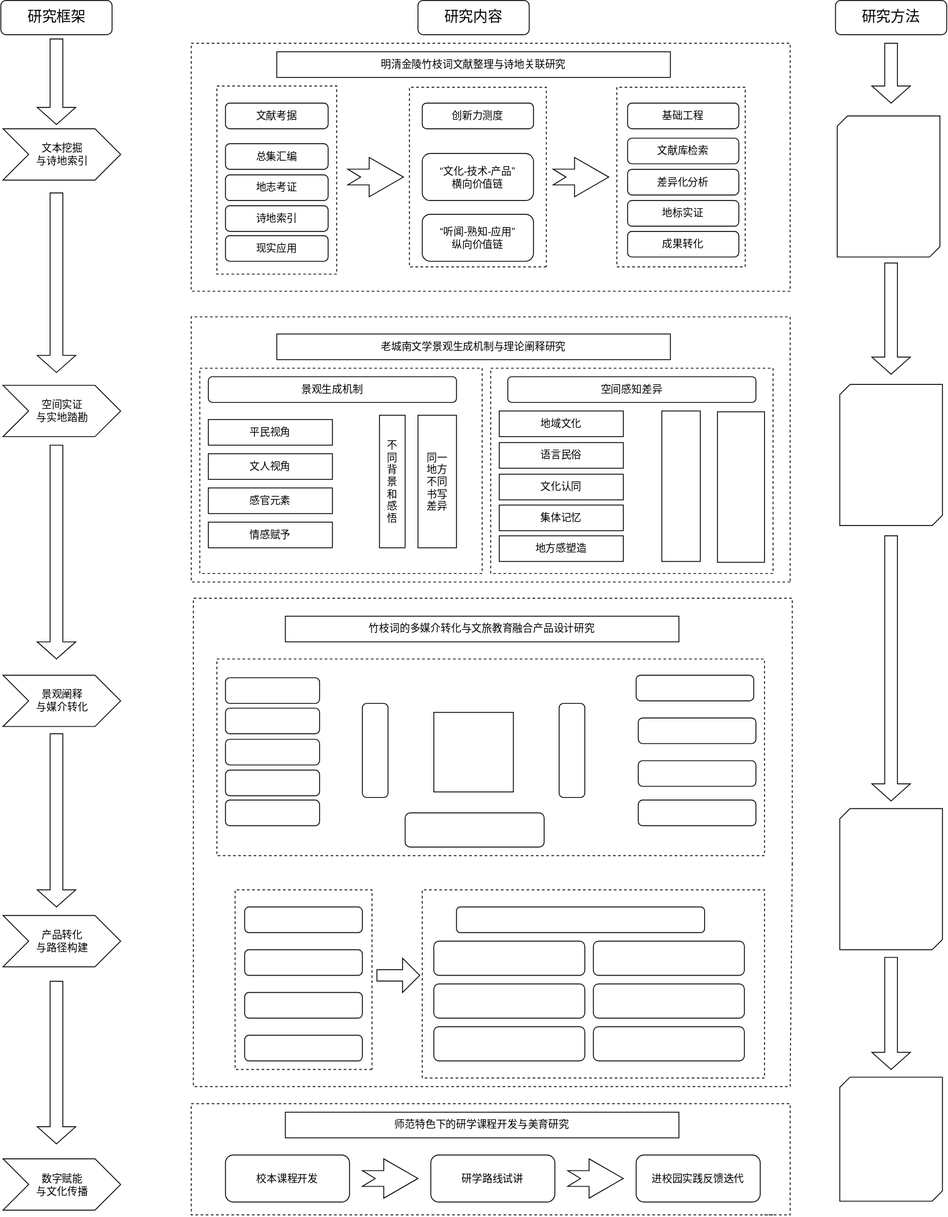
This is 1.drawio.svg from shuxilin06/ToMyLife2.0, a draw.io export, as it was before one commit. Source tidied: cells renumbered, new cells last; positions are measured from the earlier drawing's top-left corner, leaving out a move shared by most shapes.
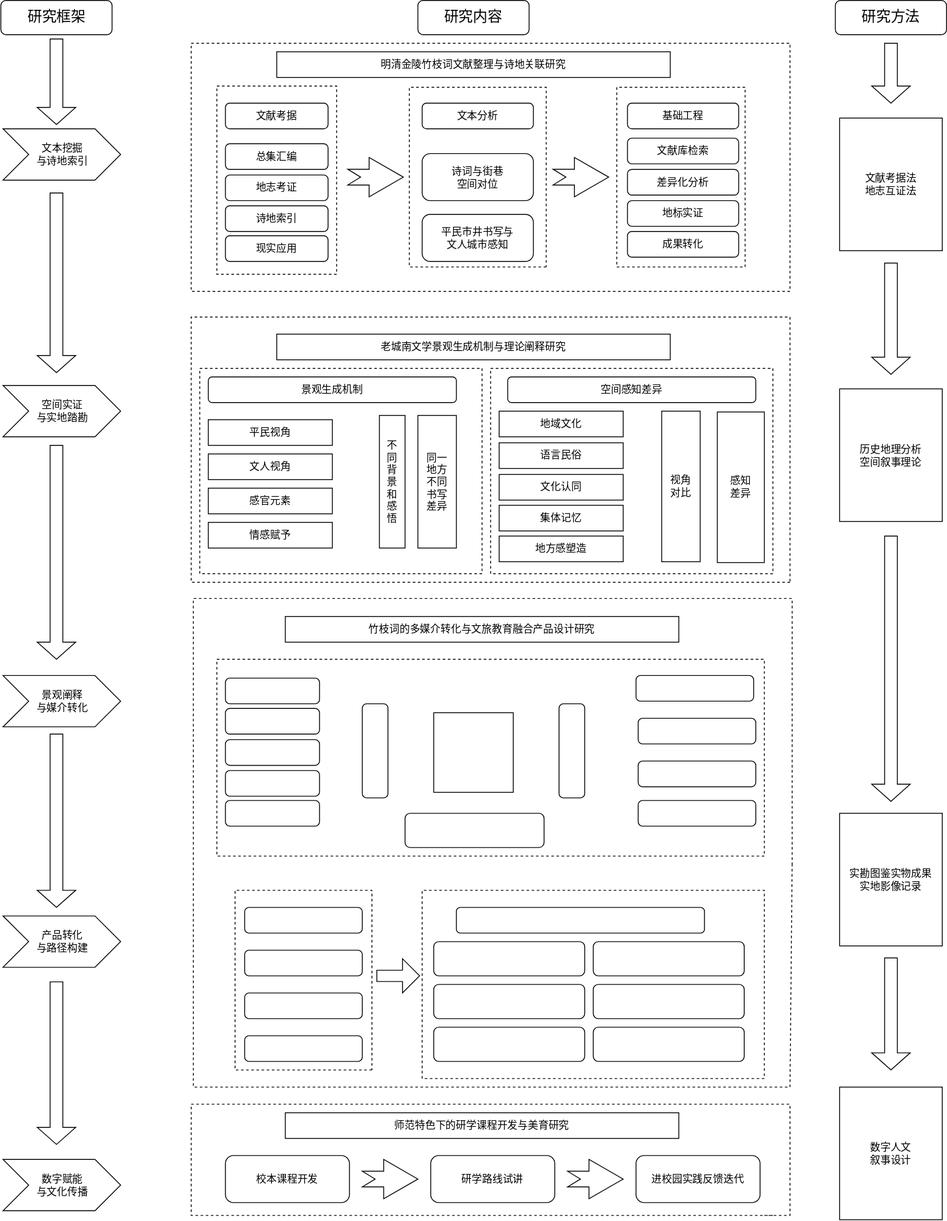
Later version of the same file.

The edit, as a diff of the source:
```diff
@@ -29,10 +29,10 @@
     <mxCell id="9" value="地志考证" style="rounded=1;whiteSpace=wrap;html=1;roundedPerimeter=1;arcSize=17;direction=west;" parent="1" vertex="1">
       <mxGeometry x="262" y="204" width="120" height="30" as="geometry" />
     </mxCell>
-    <mxCell id="10" value="创新力测度" style="rounded=1;whiteSpace=wrap;html=1;roundedPerimeter=1;arcSize=17;direction=west;" parent="1" vertex="1">
+    <mxCell id="10" value="文本分析" style="rounded=1;whiteSpace=wrap;html=1;roundedPerimeter=1;arcSize=17;direction=west;" parent="1" vertex="1">
       <mxGeometry x="492" y="120" width="130" height="30" as="geometry" />
     </mxCell>
-    <mxCell id="11" value="“文化-技术-产品”&lt;div&gt;横向价值链&lt;/div&gt;" style="rounded=1;whiteSpace=wrap;html=1;roundedPerimeter=1;arcSize=17;direction=west;" parent="1" vertex="1">
+    <mxCell id="11" value="诗词与街巷&lt;div&gt;空间对位&lt;/div&gt;" style="rounded=1;whiteSpace=wrap;html=1;roundedPerimeter=1;arcSize=17;direction=west;" parent="1" vertex="1">
       <mxGeometry x="492" y="179" width="130" height="55" as="geometry" />
     </mxCell>
     <mxCell id="12" value="基础工程" style="rounded=1;whiteSpace=wrap;html=1;roundedPerimeter=1;arcSize=17;direction=west;" parent="1" vertex="1">
@@ -47,7 +47,7 @@
     <mxCell id="15" value="成果转化" style="rounded=1;whiteSpace=wrap;html=1;roundedPerimeter=1;arcSize=17;direction=west;" parent="1" vertex="1">
       <mxGeometry x="732" y="270" width="130" height="30" as="geometry" />
     </mxCell>
-    <mxCell id="16" value="“听闻-熟知-应用”&lt;div&gt;纵向价值链&lt;/div&gt;" style="rounded=1;whiteSpace=wrap;html=1;roundedPerimeter=1;arcSize=17;direction=west;" parent="1" vertex="1">
+    <mxCell id="16" value="平民市井书写与&lt;div&gt;文人城市感知&lt;/div&gt;" style="rounded=1;whiteSpace=wrap;html=1;roundedPerimeter=1;arcSize=17;direction=west;" parent="1" vertex="1">
       <mxGeometry x="492" y="250" width="130" height="55" as="geometry" />
     </mxCell>
     <mxCell id="17" value="诗地索引" style="rounded=1;whiteSpace=wrap;html=1;roundedPerimeter=1;arcSize=17;direction=west;" parent="1" vertex="1">
@@ -98,10 +98,10 @@
     <mxCell id="32" value="地方感塑造" style="rounded=0;whiteSpace=wrap;html=1;" parent="1" vertex="1">
       <mxGeometry x="582" y="626" width="145" height="30" as="geometry" />
     </mxCell>
-    <mxCell id="33" style="rounded=0;whiteSpace=wrap;html=1;direction=south;" parent="1" vertex="1">
+    <mxCell id="33" value="视角&lt;div&gt;对比&lt;/div&gt;" style="rounded=0;whiteSpace=wrap;html=1;direction=south;" parent="1" vertex="1">
       <mxGeometry x="772" y="480" width="45" height="176" as="geometry" />
     </mxCell>
-    <mxCell id="34" style="rounded=0;whiteSpace=wrap;html=1;direction=south;" parent="1" vertex="1">
+    <mxCell id="34" value="感知&lt;div&gt;差异&lt;/div&gt;" style="rounded=0;whiteSpace=wrap;html=1;direction=south;" parent="1" vertex="1">
       <mxGeometry x="837" y="481" width="55" height="176" as="geometry" />
     </mxCell>
     <mxCell id="35" value="竹枝词的多媒介转化与文旅教育融合产品设计研究" style="rounded=0;whiteSpace=wrap;html=1;" parent="1" vertex="1">
@@ -206,18 +206,6 @@
     <mxCell id="68" value="数字赋能&lt;div&gt;与文化传播&lt;/div&gt;" style="html=1;shadow=0;dashed=0;align=center;verticalAlign=middle;shape=mxgraph.arrows2.arrow;dy=0;dx=30;notch=30;" parent="1" vertex="1">
       <mxGeometry x="2" y="1354.5" width="137.5" height="60" as="geometry" />
     </mxCell>
-    <mxCell id="69" style="verticalLabelPosition=bottom;verticalAlign=top;html=1;shape=mxgraph.basic.diag_snip_rect;dx=6;whiteSpace=wrap;labelPerimeter=1;" parent="1" vertex="1">
-      <mxGeometry x="977" y="135" width="120" height="165" as="geometry" />
-    </mxCell>
-    <mxCell id="70" style="verticalLabelPosition=bottom;verticalAlign=top;html=1;shape=mxgraph.basic.diag_snip_rect;dx=6;whiteSpace=wrap;labelPerimeter=1;" parent="1" vertex="1">
-      <mxGeometry x="980" y="449" width="120" height="165" as="geometry" />
-    </mxCell>
-    <mxCell id="71" style="verticalLabelPosition=bottom;verticalAlign=top;html=1;shape=mxgraph.basic.diag_snip_rect;dx=6;whiteSpace=wrap;labelPerimeter=1;" parent="1" vertex="1">
-      <mxGeometry x="980" y="945" width="120" height="165" as="geometry" />
-    </mxCell>
-    <mxCell id="72" style="verticalLabelPosition=bottom;verticalAlign=top;html=1;shape=mxgraph.basic.diag_snip_rect;dx=6;whiteSpace=wrap;labelPerimeter=1;" parent="1" vertex="1">
-      <mxGeometry x="980" y="1259" width="120" height="145" as="geometry" />
-    </mxCell>
     <mxCell id="73" style="endArrow=none;dashed=1;html=1;rounded=0;defaultLabelBackgroundColor=page;" parent="1" edge="1">
       <mxGeometry x="0.05" relative="1" as="geometry">
         <mxPoint x="922" y="340" as="sourcePoint" />
@@ -411,5 +399,17 @@
     <mxCell id="99" value="地标实证" style="rounded=1;whiteSpace=wrap;html=1;roundedPerimeter=1;arcSize=17;direction=west;" parent="1" vertex="1">
       <mxGeometry x="732" y="234" width="130" height="30" as="geometry" />
     </mxCell>
+    <mxCell id="100" value="文献考据法&lt;div&gt;地志互证法&lt;/div&gt;" style="rounded=0;whiteSpace=wrap;html=1;" parent="1" vertex="1">
+      <mxGeometry x="980" y="137.5" width="120" height="155" as="geometry" />
+    </mxCell>
+    <mxCell id="101" value="历史地理分析&lt;div&gt;空间叙事理论&lt;/div&gt;" style="rounded=0;whiteSpace=wrap;html=1;" parent="1" vertex="1">
+      <mxGeometry x="980" y="454" width="120" height="155" as="geometry" />
+    </mxCell>
+    <mxCell id="102" value="实勘图鉴实物成果&lt;div&gt;实地影像记录&lt;/div&gt;" style="rounded=0;whiteSpace=wrap;html=1;" parent="1" vertex="1">
+      <mxGeometry x="980" y="950" width="120" height="155" as="geometry" />
+    </mxCell>
+    <mxCell id="103" value="数字人文&lt;div&gt;叙事设计&lt;/div&gt;" style="rounded=0;whiteSpace=wrap;html=1;" parent="1" vertex="1">
+      <mxGeometry x="980" y="1270" width="120" height="155" as="geometry" />
+    </mxCell>
   </root>
 </mxGraphModel>
```
